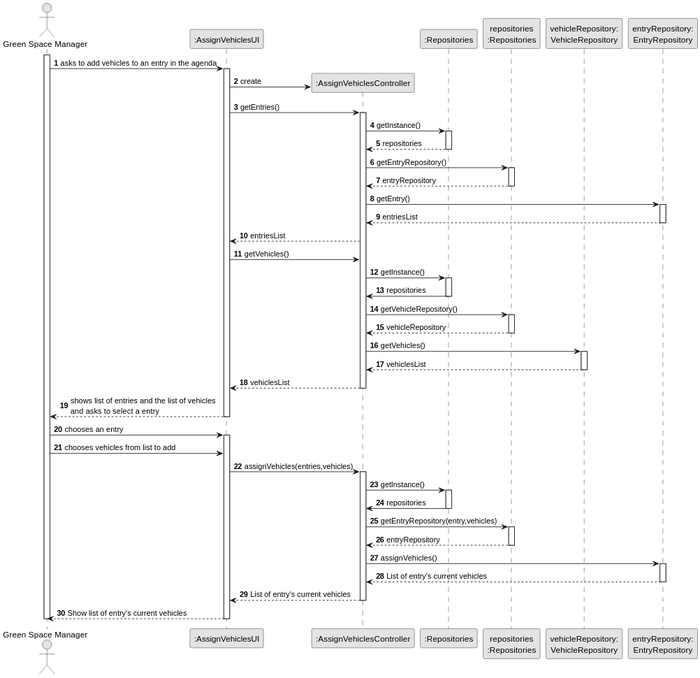
Before: docs/sprintC/us026/03.design/svg/us026-sequence-diagram-full-0.svg, a diagram exported from PlantUML (Departamento-de-Engenharia-Informatica/lei-24-s2-1do-g164). Its diagram source:
```plantuml
@startuml
skinparam monochrome true
skinparam packageStyle rectangle
    skinparam shadowing false

    autonumber

    actor "Green Space Manager" as HRM
    participant ":AssignVehiclesUI" as UI
    participant ":AssignVehiclesController" as CTRL
    participant ":Repositories" as RepositorySingleton
    participant "repositories\n:Repositories" as PLAT
    participant "vehicleRepository:\nVehicleRepository" as SkillRepository
    participant "entryRepository:\nEntryRepository" as entryRepository
    activate HRM

            HRM -> UI : asks to add vehicles to an entry in the agenda

            activate UI

                UI -> CTRL** : create

                UI -> CTRL : getEntries()
                activate CTRL

                    CTRL -> RepositorySingleton : getInstance()
                    activate RepositorySingleton

                        RepositorySingleton --> CTRL: repositories
                    deactivate RepositorySingleton

                    CTRL -> PLAT : getEntryRepository()
                    activate PLAT

                        PLAT --> CTRL: entryRepository
                    deactivate PLAT

                    CTRL -> entryRepository : getEntry()
                    activate entryRepository

                        entryRepository--> CTRL : entriesList
                    deactivate entryRepository

                    CTRL --> UI : entriesList






           UI -> CTRL : getVehicles()

                 CTRL -> RepositorySingleton : getInstance()
                 activate RepositorySingleton
                   RepositorySingleton -> CTRL : repositories
                 deactivate RepositorySingleton

                 CTRL -> PLAT : getVehicleRepository()
                 activate PLAT
                   PLAT --> CTRL : vehicleRepository
                 deactivate PLAT

                 CTRL -> SkillRepository : getVehicles()
                 activate SkillRepository
                   SkillRepository --> CTRL : vehiclesList
                 deactivate SkillRepository
                 CTRL --> UI :vehiclesList
               deactivate CTRL

              UI --> HRM : shows list of entries and the list of vehicles \nand asks to select a entry
                          deactivate UI

             HRM -> UI : chooses an entry

             activate UI
              HRM -> UI : chooses vehicles from list to add
               UI -> CTRL :assignVehicles(entries,vehicles)
                        activate CTRL
               CTRL -> RepositorySingleton : getInstance()
                                         activate RepositorySingleton
                                           RepositorySingleton -> CTRL : repositories
                                         deactivate RepositorySingleton

                                         CTRL -> PLAT : getEntryRepository(entry,vehicles)
                                         activate PLAT
                                           PLAT --> CTRL : entryRepository
                                         deactivate PLAT

                                         CTRL -> entryRepository : assignVehicles()
                                       activate entryRepository
                                           entryRepository --> CTRL : List of entry's current vehicles
                                   deactivate entryRepository
                                         CTRL --> UI : List of entry's current vehicles
                                       deactivate CTRL
                                       UI --> HRM :Show list of entry's current vehicles
                                                    deactivate UI





    deactivate HRM
@enduml
```
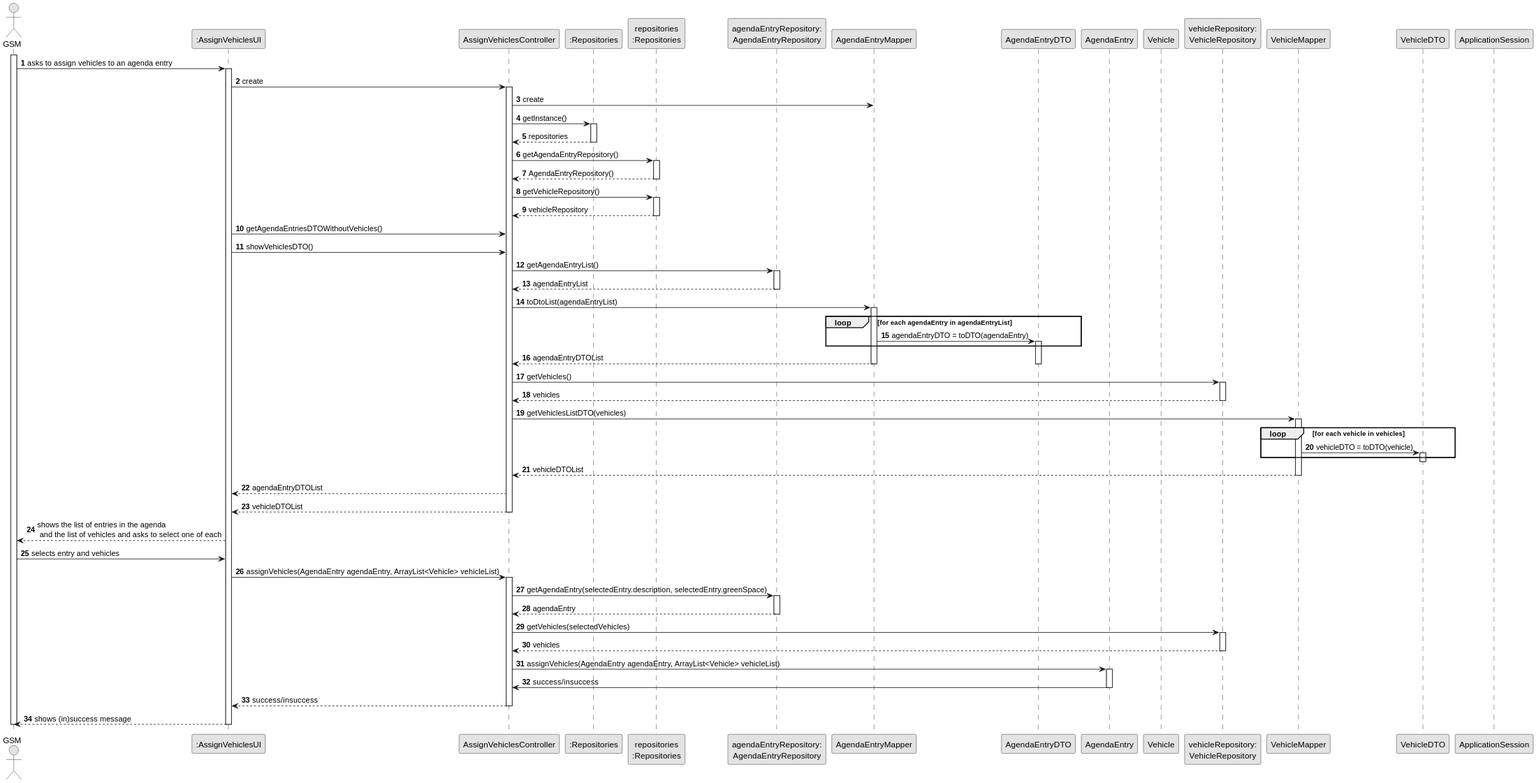
After the change.

What changed in the source:
```diff
@@ -1,103 +1,118 @@
 @startuml
 skinparam monochrome true
 skinparam packageStyle rectangle
-    skinparam shadowing false
+skinparam shadowing false
 
-    autonumber
+autonumber
 
-    actor "Green Space Manager" as HRM
-    participant ":AssignVehiclesUI" as UI
-    participant ":AssignVehiclesController" as CTRL
-    participant ":Repositories" as RepositorySingleton
-    participant "repositories\n:Repositories" as PLAT
-    participant "vehicleRepository:\nVehicleRepository" as SkillRepository
-    participant "entryRepository:\nEntryRepository" as entryRepository
-    activate HRM
+actor "GSM" as GSM
+participant ":AssignVehiclesUI" as ui
+participant "AssignVehiclesController" as ctrl
+participant ":Repositories" as RepositorySingleton
+participant "repositories\n:Repositories" as plat
+participant "agendaEntryRepository:\nAgendaEntryRepository" as agendaRepo
+participant "AgendaEntryMapper" as agendaMapper
+participant AgendaEntryDTO as AgendaEntryDTO
+participant "AgendaEntry" as agendaEntry
+participant "Vehicle" as vehicle
+participant "vehicleRepository:\nVehicleRepository" as vehicleRepo
+participant "VehicleMapper" as VehicleMapper
+participant "VehicleDTO" as VehicleDTO
+participant "ApplicationSession" as app
 
-            HRM -> UI : asks to add vehicles to an entry in the agenda
+activate GSM
 
-            activate UI
+GSM -> ui : asks to assign vehicles to an agenda entry
+activate ui
 
-                UI -> CTRL** : create
+ui -> ctrl : create
+activate ctrl
 
-                UI -> CTRL : getEntries()
-                activate CTRL
+ctrl -> agendaMapper : create
 
-                    CTRL -> RepositorySingleton : getInstance()
-                    activate RepositorySingleton
+ctrl -> RepositorySingleton : getInstance()
+activate RepositorySingleton
+RepositorySingleton --> ctrl: repositories
+deactivate RepositorySingleton
 
-                        RepositorySingleton --> CTRL: repositories
-                    deactivate RepositorySingleton
+ctrl -> plat : getAgendaEntryRepository()
+activate plat
+plat --> ctrl: AgendaEntryRepository()
+deactivate plat
 
-                    CTRL -> PLAT : getEntryRepository()
-                    activate PLAT
+ctrl -> plat : getVehicleRepository()
+activate plat
+plat --> ctrl: vehicleRepository
+deactivate plat
 
-                        PLAT --> CTRL: entryRepository
-                    deactivate PLAT
+ui -> ctrl : getAgendaEntriesDTOWithoutVehicles()
+ui -> ctrl : showVehiclesDTO()
 
-                    CTRL -> entryRepository : getEntry()
-                    activate entryRepository
-
-                        entryRepository--> CTRL : entriesList
-                    deactivate entryRepository
-
-                    CTRL --> UI : entriesList
+ctrl -> agendaRepo : getAgendaEntryList()
+activate agendaRepo
+agendaRepo --> ctrl: agendaEntryList
+deactivate agendaRepo
 
 
+ctrl -> agendaMapper : toDtoList(agendaEntryList)
+activate agendaMapper
 
 
+loop for each agendaEntry in agendaEntryList
+  agendaMapper -> AgendaEntryDTO : agendaEntryDTO = toDTO(agendaEntry)
+  activate AgendaEntryDTO
+end
 
+agendaMapper --> ctrl : agendaEntryDTOList
+deactivate agendaMapper
+deactivate AgendaEntryDTO
 
-           UI -> CTRL : getVehicles()
+ctrl -> vehicleRepo : getVehicles()
+activate vehicleRepo
+vehicleRepo --> ctrl: vehicles
+deactivate vehicleRepo
 
-                 CTRL -> RepositorySingleton : getInstance()
-                 activate RepositorySingleton
-                   RepositorySingleton -> CTRL : repositories
-                 deactivate RepositorySingleton
+ctrl -> VehicleMapper : getVehiclesListDTO(vehicles)
+activate VehicleMapper
+loop for each vehicle in vehicles
+  VehicleMapper -> VehicleDTO : vehicleDTO = toDTO(vehicle)
+  activate VehicleDTO
+end
+deactivate VehicleDTO
+VehicleMapper --> ctrl : vehicleDTOList
+deactivate VehicleMapper
 
-                 CTRL -> PLAT : getVehicleRepository()
-                 activate PLAT
-                   PLAT --> CTRL : vehicleRepository
-                 deactivate PLAT
+ctrl --> ui : agendaEntryDTOList
+ctrl --> ui : vehicleDTOList
+deactivate ctrl
 
-                 CTRL -> SkillRepository : getVehicles()
-                 activate SkillRepository
-                   SkillRepository --> CTRL : vehiclesList
-                 deactivate SkillRepository
-                 CTRL --> UI :vehiclesList
-               deactivate CTRL
+ui --> GSM : shows the list of entries in the agenda\n and the list of vehicles and asks to select one of each
 
-              UI --> HRM : shows list of entries and the list of vehicles \nand asks to select a entry
-                          deactivate UI
+GSM -> ui : selects entry and vehicles
 
-             HRM -> UI : chooses an entry
+ui -> ctrl : assignVehicles(AgendaEntry agendaEntry, ArrayList<Vehicle> vehicleList)
+activate ctrl
 
-             activate UI
-              HRM -> UI : chooses vehicles from list to add
-               UI -> CTRL :assignVehicles(entries,vehicles)
-                        activate CTRL
-               CTRL -> RepositorySingleton : getInstance()
-                                         activate RepositorySingleton
-                                           RepositorySingleton -> CTRL : repositories
-                                         deactivate RepositorySingleton
+ctrl -> agendaRepo : getAgendaEntry(selectedEntry.description, selectedEntry.greenSpace)
+activate agendaRepo
+agendaRepo --> ctrl : agendaEntry
+deactivate agendaRepo
 
-                                         CTRL -> PLAT : getEntryRepository(entry,vehicles)
-                                         activate PLAT
-                                           PLAT --> CTRL : entryRepository
-                                         deactivate PLAT
+ctrl -> vehicleRepo : getVehicles(selectedVehicles)
+activate vehicleRepo
+vehicleRepo --> ctrl : vehicles
+deactivate vehicleRepo
 
-                                         CTRL -> entryRepository : assignVehicles()
-                                       activate entryRepository
-                                           entryRepository --> CTRL : List of entry's current vehicles
-                                   deactivate entryRepository
-                                         CTRL --> UI : List of entry's current vehicles
-                                       deactivate CTRL
-                                       UI --> HRM :Show list of entry's current vehicles
-                                                    deactivate UI
+ctrl -> agendaEntry : assignVehicles(AgendaEntry agendaEntry, ArrayList<Vehicle> vehicleList)
+activate agendaEntry
+agendaEntry -> ctrl: success/insuccess
+deactivate agendaEntry
 
+ctrl --> ui : success/insuccess
+deactivate ctrl
 
+ui --> GSM : shows (in)success message
+deactivate ui
 
-
-
-    deactivate HRM
+deactivate GSM
 @enduml
```
